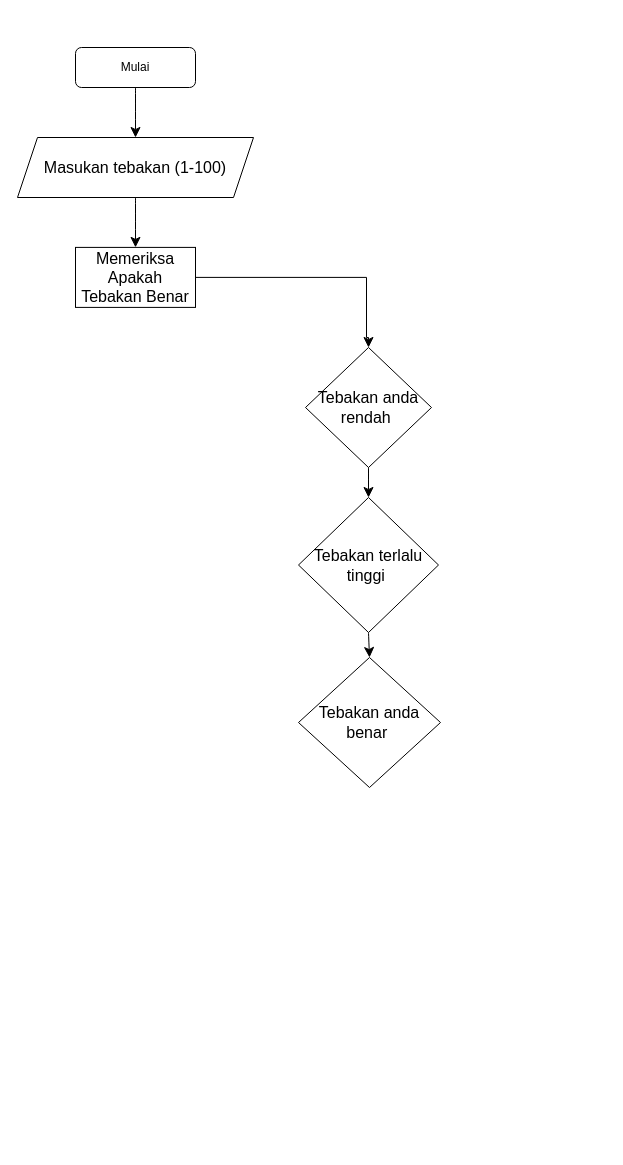
Xnowly/Algo_C_23241091 keeps this draw.io diagram as Tugas1 Putra Ramadhan (23241091)PTI 1C.drawio. Above is the earlier version. Source tidied: cells renumbered, new cells numbered last; positions are measured from the earlier drawing's top-left corner, leaving out a move shared by most shapes. Both pictures are drawn from the tidied source at 100%, with x=0, y=0 at pixel (17, 47).
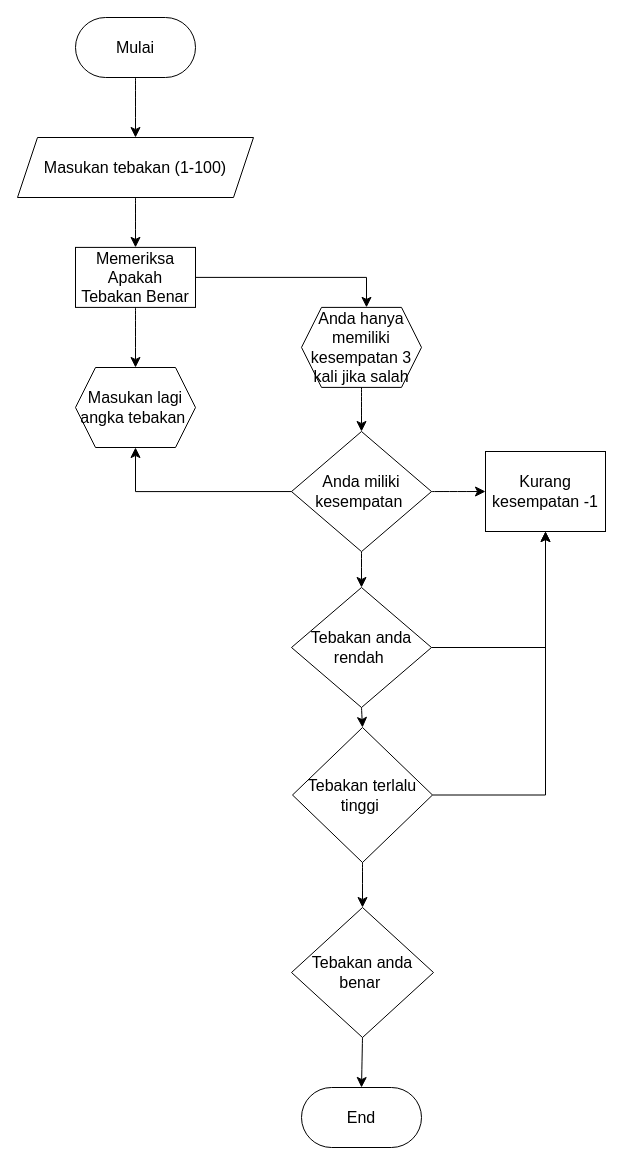
Above is the later version.

Unchanged cells that the change refers to:
```xml
<mxCell id="5" value="Memeriksa Apakah Tebakan Benar" style="whiteSpace=wrap;html=1;fontSize=16;" parent="1" vertex="1">
  <mxGeometry x="58" y="199.9" width="120" height="60" as="geometry" />
</mxCell>
```

Diff of the diagram source:
```diff
@@
-    <mxCell id="2" value="Mulai" style="rounded=1;whiteSpace=wrap;html=1;fontSize=12;glass=0;strokeWidth=1;shadow=0;" parent="1" vertex="1">
-      <mxGeometry x="58" width="120" height="40" as="geometry" />
-    </mxCell>
@@
     <mxCell id="7" value="Tebakan anda rendah&amp;nbsp;" style="rhombus;whiteSpace=wrap;html=1;fontSize=16;" parent="1" vertex="1">
-      <mxGeometry x="288" y="300" width="126" height="120" as="geometry" />
+      <mxGeometry x="274" y="540" width="140" height="120" as="geometry" />
     </mxCell>
@@
     <mxCell id="11" value="Tebakan terlalu tinggi&amp;nbsp;" style="rhombus;whiteSpace=wrap;html=1;fontSize=16;" parent="1" vertex="1">
-      <mxGeometry x="281" y="450" width="140" height="135" as="geometry" />
+      <mxGeometry x="275" y="680" width="140" height="135" as="geometry" />
     </mxCell>
@@
     <mxCell id="13" value="Tebakan anda benar&amp;nbsp;" style="rhombus;whiteSpace=wrap;html=1;fontSize=16;" parent="1" vertex="1">
-      <mxGeometry x="281" y="610" width="142" height="130" as="geometry" />
+      <mxGeometry x="274" y="860" width="142" height="130" as="geometry" />
     </mxCell>
-    <mxCell id="14" style="edgeStyle=segmentEdgeStyle;endArrow=classic;html=1;curved=0;rounded=0;endSize=8;startSize=8;sourcePerimeterSpacing=0;targetPerimeterSpacing=0;fontSize=12;entryX=0.5;entryY=0;entryDx=0;entryDy=0;exitX=1;exitY=0.5;exitDx=0;exitDy=0;" parent="1" edge="1" source="5" target="7">
+    <mxCell id="14" style="edgeStyle=segmentEdgeStyle;endArrow=classic;html=1;curved=0;rounded=0;endSize=8;startSize=8;sourcePerimeterSpacing=0;targetPerimeterSpacing=0;fontSize=12;exitX=1;exitY=0.5;exitDx=0;exitDy=0;" parent="1" edge="1" source="5" target="16">
       <mxGeometry relative="1" as="geometry">
         <Array as="points">
           <mxPoint x="349" y="230" />
-          <mxPoint x="349" y="290" />
         </Array>
       </mxGeometry>
     </mxCell>
+    <mxCell id="15" style="edgeStyle=none;jettySize=auto;html=1;rounded=0;fontSize=12;startSize=8;endSize=8;curved=1;exitX=0.5;exitY=1;exitDx=0;exitDy=0;" parent="1" edge="1" source="5" target="20">
+      <mxGeometry relative="1" as="geometry" />
+    </mxCell>
+    <mxCell id="16" value="Anda hanya memiliki kesempatan 3 kali jika salah" style="shape=hexagon;perimeter=hexagonPerimeter2;whiteSpace=wrap;html=1;fixedSize=1;fontSize=16;" parent="1" vertex="1">
+      <mxGeometry x="284" y="259.9" width="120" height="80" as="geometry" />
+    </mxCell>
+    <mxCell id="17" style="edgeStyle=none;curved=1;rounded=0;jettySize=auto;html=1;fontSize=12;startSize=8;endSize=8;entryX=0.5;entryY=0;entryDx=0;entryDy=0;" parent="1" edge="1" source="18" target="7">
+      <mxGeometry relative="1" as="geometry" />
+    </mxCell>
+    <mxCell id="18" value="Anda miliki kesempatan&amp;nbsp;" style="rhombus;whiteSpace=wrap;html=1;fontSize=16;" parent="1" vertex="1">
+      <mxGeometry x="274" y="384" width="140" height="120.1" as="geometry" />
+    </mxCell>
+    <mxCell id="19" style="edgeStyle=none;jettySize=auto;html=1;rounded=0;fontSize=12;startSize=8;endSize=8;curved=1;exitX=0.5;exitY=1;exitDx=0;exitDy=0;entryX=0.5;entryY=0;entryDx=0;entryDy=0;" parent="1" edge="1" source="16" target="18">
+      <mxGeometry relative="1" as="geometry" />
+    </mxCell>
+    <mxCell id="20" value="Masukan lagi angka tebakan&amp;nbsp;" style="shape=hexagon;perimeter=hexagonPerimeter2;whiteSpace=wrap;html=1;fixedSize=1;fontSize=16;" parent="1" vertex="1">
+      <mxGeometry x="58" y="320" width="120" height="80" as="geometry" />
+    </mxCell>
+    <mxCell id="21" style="edgeStyle=none;jettySize=auto;html=1;rounded=0;fontSize=12;startSize=8;endSize=8;curved=1;exitX=1;exitY=0.5;exitDx=0;exitDy=0;" parent="1" edge="1" source="18" target="22">
+      <mxGeometry relative="1" as="geometry" />
+    </mxCell>
+    <mxCell id="22" value="Kurang kesempatan -1" style="whiteSpace=wrap;html=1;fontSize=16;" parent="1" vertex="1">
+      <mxGeometry x="468" y="404" width="120" height="80" as="geometry" />
+    </mxCell>
+    <mxCell id="23" style="edgeStyle=segmentEdgeStyle;endArrow=classic;html=1;curved=0;rounded=0;endSize=8;startSize=8;sourcePerimeterSpacing=0;targetPerimeterSpacing=0;fontSize=12;exitX=1;exitY=0.5;exitDx=0;exitDy=0;entryX=0.5;entryY=1;entryDx=0;entryDy=0;" parent="1" edge="1" source="7" target="22">
+      <mxGeometry relative="1" as="geometry">
+        <Array as="points">
+          <mxPoint x="528" y="600" />
+        </Array>
+      </mxGeometry>
+    </mxCell>
+    <mxCell id="24" style="edgeStyle=segmentEdgeStyle;endArrow=classic;html=1;curved=0;rounded=0;endSize=8;startSize=8;sourcePerimeterSpacing=0;targetPerimeterSpacing=0;fontSize=12;entryX=0.5;entryY=1;entryDx=0;entryDy=0;exitX=0;exitY=0.5;exitDx=0;exitDy=0;" parent="1" edge="1" source="18" target="20">
+      <mxGeometry relative="1" as="geometry">
+        <Array as="points">
+          <mxPoint x="118" y="444" />
+        </Array>
+      </mxGeometry>
+    </mxCell>
+    <mxCell id="25" value="End" style="rounded=1;whiteSpace=wrap;html=1;fontSize=16;arcSize=50;" parent="1" vertex="1">
+      <mxGeometry x="284" y="1040" width="120" height="60" as="geometry" />
+    </mxCell>
+    <mxCell id="2" value="Mulai" style="rounded=1;whiteSpace=wrap;html=1;fontSize=16;arcSize=50;" parent="1" vertex="1">
+      <mxGeometry x="58" y="-30" width="120" height="60" as="geometry" />
+    </mxCell>
+    <mxCell id="26" style="edgeStyle=none;jettySize=auto;html=1;rounded=0;fontSize=12;startSize=8;endSize=8;curved=1;exitX=0.5;exitY=1;exitDx=0;exitDy=0;entryX=0.5;entryY=0;entryDx=0;entryDy=0;" parent="1" edge="1" source="13" target="25">
+      <mxGeometry relative="1" as="geometry" />
+    </mxCell>
+    <mxCell id="27" style="edgeStyle=segmentEdgeStyle;endArrow=classic;html=1;curved=0;rounded=0;endSize=8;startSize=8;sourcePerimeterSpacing=0;targetPerimeterSpacing=0;fontSize=12;exitX=1;exitY=0.5;exitDx=0;exitDy=0;" parent="1" edge="1" source="11" target="22">
+      <mxGeometry relative="1" as="geometry">
+        <Array as="points">
+          <mxPoint x="528" y="748" />
+        </Array>
+      </mxGeometry>
+    </mxCell>
```
